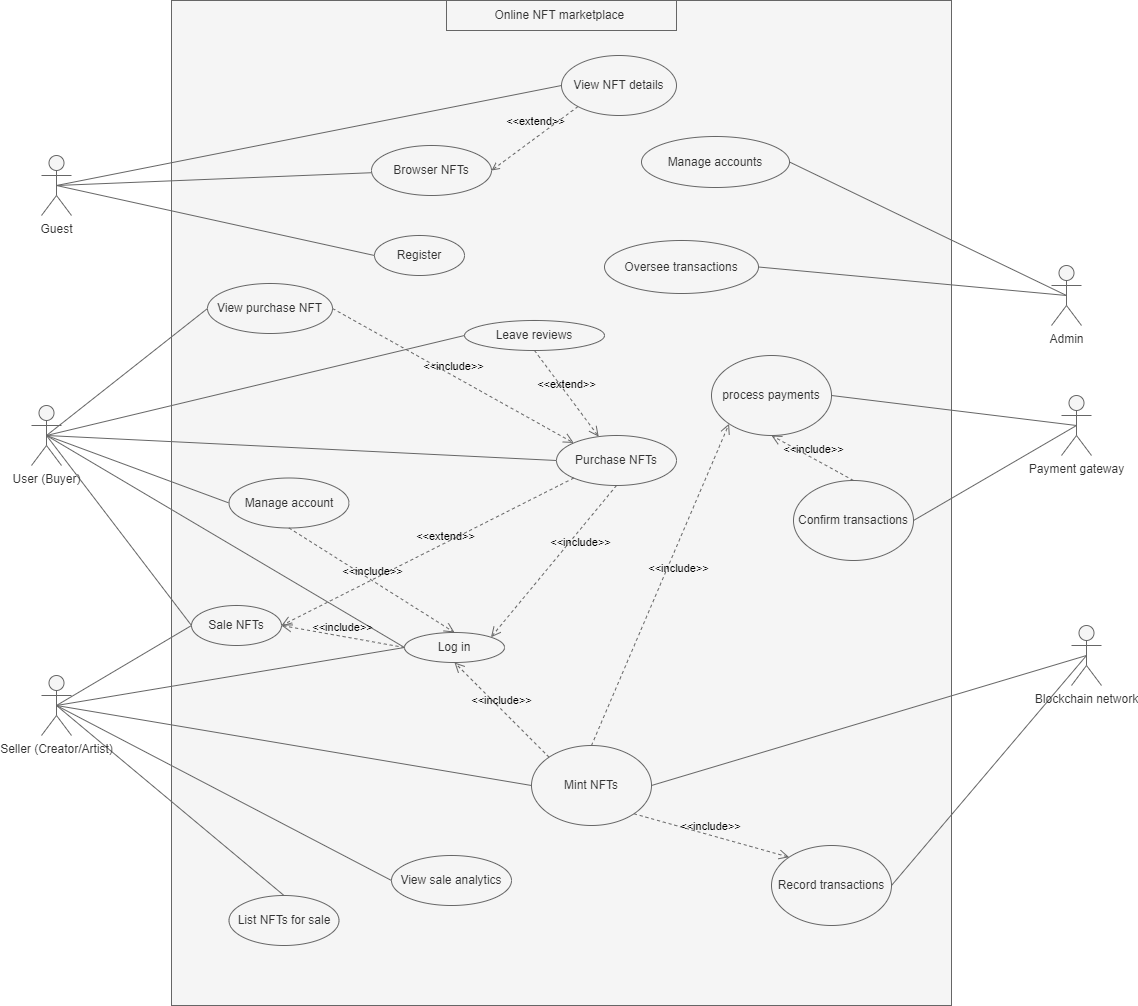
Earlier version of the draw.io export documents/use-case.png (twilight2368/nft-marketplace-2024). Source tidied: cells renumbered, new cells last; positions are measured from the earlier drawing's top-left corner, leaving out a move shared by most shapes.
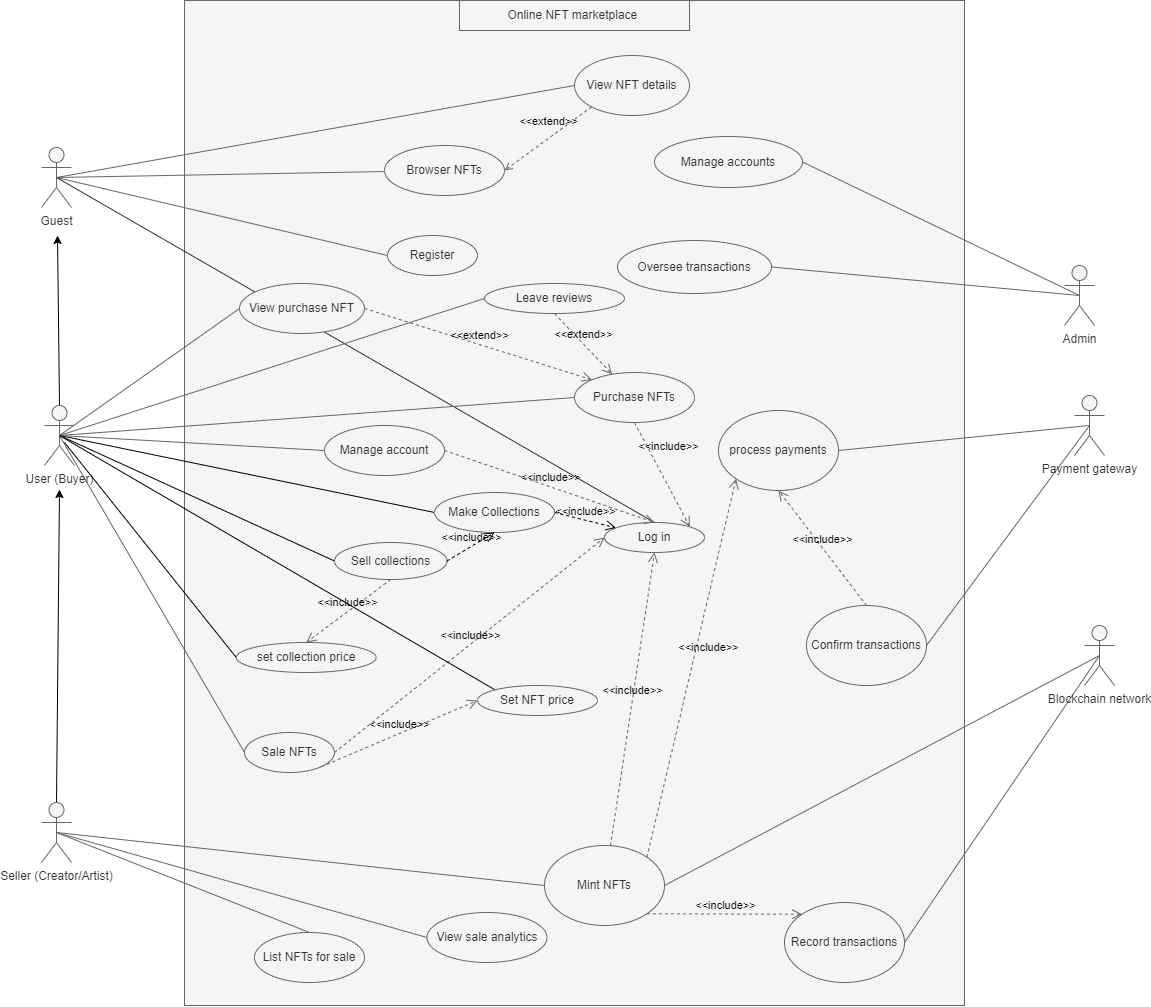
The same diagram one commit later.

The edit, as a diff of the source:
```diff
@@ -19,2 +19,13 @@
     </mxCell>
+    <mxCell id="58" style="edgeStyle=none;html=1;exitX=0.5;exitY=0;exitDx=0;exitDy=0;exitPerimeter=0;" parent="1" edge="1" source="7">
+      <mxGeometry relative="1" as="geometry">
+        <mxPoint x="13" y="235" as="targetPoint" />
+      </mxGeometry>
+    </mxCell>
+    <mxCell id="59" style="edgeStyle=none;html=1;exitX=0.5;exitY=0.5;exitDx=0;exitDy=0;exitPerimeter=0;entryX=0;entryY=0.5;entryDx=0;entryDy=0;endArrow=none;endFill=0;strokeColor=#000000;" parent="1" edge="1" source="7" target="63">
+      <mxGeometry relative="1" as="geometry" />
+    </mxCell>
+    <mxCell id="60" style="edgeStyle=none;html=1;exitX=0.5;exitY=0.5;exitDx=0;exitDy=0;exitPerimeter=0;entryX=0;entryY=0.5;entryDx=0;entryDy=0;strokeColor=#000000;startArrow=none;startFill=0;endArrow=none;endFill=0;" parent="1" edge="1" source="7" target="64">
+      <mxGeometry relative="1" as="geometry" />
+    </mxCell>
     <mxCell id="7" value="&lt;span style=&quot;font-size:11.0pt;mso-bidi-font-size:&lt;br/&gt;14.0pt;line-height:107%;font-family:&amp;quot;Times New Roman&amp;quot;,serif;mso-fareast-font-family:&lt;br/&gt;&amp;quot;Yu Mincho&amp;quot;;mso-fareast-theme-font:minor-fareast;mso-ansi-language:VI;&lt;br/&gt;mso-fareast-language:JA;mso-bidi-language:AR-SA&quot; lang=&quot;VI&quot;&gt;User (Buyer)&lt;/span&gt;" style="shape=umlActor;verticalLabelPosition=bottom;verticalAlign=top;html=1;strokeColor=#666666;fontColor=#333333;labelBackgroundColor=none;fillColor=#f5f5f5;" parent="1" vertex="1">
@@ -22,4 +33,7 @@
     </mxCell>
+    <mxCell id="61" style="edgeStyle=none;html=1;exitX=0.5;exitY=0.5;exitDx=0;exitDy=0;exitPerimeter=0;entryX=0.5;entryY=0;entryDx=0;entryDy=0;endArrow=none;endFill=0;opacity=80;" parent="1" edge="1" source="8" target="17">
+      <mxGeometry relative="1" as="geometry" />
+    </mxCell>
     <mxCell id="8" value="Guest" style="shape=umlActor;verticalLabelPosition=bottom;verticalAlign=top;html=1;strokeColor=#666666;fontColor=#333333;labelBackgroundColor=none;fillColor=#f5f5f5;" parent="1" vertex="1">
-      <mxGeometry x="10" y="155" width="30" height="60" as="geometry" />
+      <mxGeometry x="-3" y="147" width="30" height="60" as="geometry" />
     </mxCell>
@@ -34,10 +48,9 @@
     </mxCell>
-    <mxCell id="12" style="edgeStyle=none;html=1;exitX=0.5;exitY=0.5;exitDx=0;exitDy=0;exitPerimeter=0;entryX=0;entryY=0.5;entryDx=0;entryDy=0;endArrow=none;endFill=0;strokeColor=#666666;fontColor=#000000;labelBackgroundColor=none;fillColor=#f5f5f5;" parent="1" edge="1" source="14" target="17">
-      <mxGeometry relative="1" as="geometry" />
-    </mxCell>
-    <mxCell id="13" style="edgeStyle=none;html=1;exitX=0.5;exitY=0.5;exitDx=0;exitDy=0;exitPerimeter=0;entryX=0;entryY=0.5;entryDx=0;entryDy=0;endArrow=none;endFill=0;strokeColor=#666666;fontColor=#000000;labelBackgroundColor=none;fillColor=#f5f5f5;" parent="1" edge="1" source="14" target="55">
-      <mxGeometry relative="1" as="geometry" />
-    </mxCell>
+    <mxCell id="62" style="edgeStyle=none;html=1;exitX=0.5;exitY=0;exitDx=0;exitDy=0;exitPerimeter=0;" parent="1" edge="1" source="14">
+      <mxGeometry relative="1" as="geometry">
+        <mxPoint x="15" y="489" as="targetPoint" />
+      </mxGeometry>
+    </mxCell>
     <mxCell id="14" value="&lt;span style=&quot;font-size:11.0pt;mso-bidi-font-size:&lt;br/&gt;14.0pt;line-height:107%;font-family:&amp;quot;Times New Roman&amp;quot;,serif;mso-fareast-font-family:&lt;br/&gt;&amp;quot;Yu Mincho&amp;quot;;mso-fareast-theme-font:minor-fareast;mso-ansi-language:VI;&lt;br/&gt;mso-fareast-language:JA;mso-bidi-language:AR-SA&quot; lang=&quot;VI&quot;&gt;Seller (Creator/Artist)&lt;/span&gt;" style="shape=umlActor;verticalLabelPosition=bottom;verticalAlign=top;html=1;fillColor=#f5f5f5;strokeColor=#666666;fontColor=#333333;labelBackgroundColor=none;" parent="1" vertex="1">
-      <mxGeometry x="10" y="675" width="30" height="60" as="geometry" />
+      <mxGeometry x="-3" y="802" width="30" height="60" as="geometry" />
     </mxCell>
@@ -46,7 +59,4 @@
     </mxCell>
-    <mxCell id="16" style="edgeStyle=none;html=1;exitX=0;exitY=0.5;exitDx=0;exitDy=0;entryX=0.5;entryY=0.5;entryDx=0;entryDy=0;entryPerimeter=0;endArrow=none;endFill=0;strokeColor=#666666;fontColor=#000000;labelBackgroundColor=none;fillColor=#f5f5f5;" parent="1" edge="1" source="17" target="7">
-      <mxGeometry relative="1" as="geometry" />
-    </mxCell>
     <mxCell id="17" value="Log in" style="ellipse;whiteSpace=wrap;html=1;strokeColor=#666666;fontColor=#333333;labelBackgroundColor=none;fillColor=#f5f5f5;" parent="1" vertex="1">
-      <mxGeometry x="373" y="632" width="100" height="30" as="geometry" />
+      <mxGeometry x="560" y="522" width="100" height="30" as="geometry" />
     </mxCell>
@@ -73,6 +83,6 @@
     <mxCell id="24" value="Purchase NFTs" style="ellipse;whiteSpace=wrap;html=1;strokeColor=#666666;fontColor=#333333;labelBackgroundColor=none;fillColor=#f5f5f5;" parent="1" vertex="1">
-      <mxGeometry x="525" y="435" width="120" height="50" as="geometry" />
+      <mxGeometry x="530" y="372" width="120" height="50" as="geometry" />
     </mxCell>
     <mxCell id="25" value="View purchase NFT" style="ellipse;whiteSpace=wrap;html=1;strokeColor=#666666;fontColor=#333333;labelBackgroundColor=none;fillColor=#f5f5f5;" parent="1" vertex="1">
-      <mxGeometry x="176" y="283" width="125" height="50" as="geometry" />
+      <mxGeometry x="195" y="283" width="125" height="50" as="geometry" />
     </mxCell>
@@ -82,3 +92,3 @@
     <mxCell id="27" value="Leave reviews" style="ellipse;whiteSpace=wrap;html=1;strokeColor=#666666;fontColor=#333333;labelBackgroundColor=none;fillColor=#f5f5f5;" parent="1" vertex="1">
-      <mxGeometry x="433" y="320" width="140" height="30" as="geometry" />
+      <mxGeometry x="440" y="283" width="140" height="30" as="geometry" />
     </mxCell>
@@ -88,6 +98,6 @@
     <mxCell id="29" value="Mint NFTs" style="ellipse;whiteSpace=wrap;html=1;strokeColor=#666666;fontColor=#333333;labelBackgroundColor=none;fillColor=#f5f5f5;" parent="1" vertex="1">
-      <mxGeometry x="500" y="745" width="120" height="80" as="geometry" />
+      <mxGeometry x="500" y="845" width="120" height="80" as="geometry" />
     </mxCell>
     <mxCell id="30" value="List NFTs for sale" style="ellipse;whiteSpace=wrap;html=1;strokeColor=#666666;fontColor=#333333;labelBackgroundColor=none;fillColor=#f5f5f5;" parent="1" vertex="1">
-      <mxGeometry x="197.5" y="895" width="110" height="50" as="geometry" />
+      <mxGeometry x="210" y="932" width="110" height="50" as="geometry" />
     </mxCell>
@@ -97,6 +107,6 @@
     <mxCell id="32" value="Manage account" style="ellipse;whiteSpace=wrap;html=1;strokeColor=#666666;fontColor=#333333;labelBackgroundColor=none;fillColor=#f5f5f5;" parent="1" vertex="1">
-      <mxGeometry x="197.5" y="477.5" width="120" height="50" as="geometry" />
+      <mxGeometry x="280" y="425" width="120" height="50" as="geometry" />
     </mxCell>
     <mxCell id="33" value="View sale analytics" style="ellipse;whiteSpace=wrap;html=1;strokeColor=#666666;fontColor=#333333;labelBackgroundColor=none;fillColor=#f5f5f5;" parent="1" vertex="1">
-      <mxGeometry x="360" y="855" width="120" height="50" as="geometry" />
+      <mxGeometry x="382.5" y="912" width="120" height="50" as="geometry" />
     </mxCell>
@@ -118,3 +128,3 @@
     <mxCell id="39" value="Record transactions" style="ellipse;whiteSpace=wrap;html=1;strokeColor=#666666;fontColor=#333333;labelBackgroundColor=none;fillColor=#f5f5f5;" parent="1" vertex="1">
-      <mxGeometry x="740" y="845" width="120" height="80" as="geometry" />
+      <mxGeometry x="740" y="902" width="120" height="80" as="geometry" />
     </mxCell>
@@ -133,6 +143,6 @@
     <mxCell id="44" value="process payments" style="ellipse;whiteSpace=wrap;html=1;strokeColor=#666666;fontColor=#333333;labelBackgroundColor=none;fillColor=#f5f5f5;" parent="1" vertex="1">
-      <mxGeometry x="680" y="355" width="120" height="80" as="geometry" />
+      <mxGeometry x="674" y="410" width="120" height="80" as="geometry" />
     </mxCell>
     <mxCell id="45" value="Confirm transactions" style="ellipse;whiteSpace=wrap;html=1;strokeColor=#666666;fontColor=#333333;labelBackgroundColor=none;fillColor=#f5f5f5;" parent="1" vertex="1">
-      <mxGeometry x="762" y="480" width="120" height="80" as="geometry" />
+      <mxGeometry x="762" y="605" width="120" height="80" as="geometry" />
     </mxCell>
@@ -146,3 +156,3 @@
     </mxCell>
-    <mxCell id="48" value="&amp;lt;&amp;lt;include&amp;gt;&amp;gt;" style="endArrow=open;startArrow=none;endFill=0;startFill=0;endSize=8;html=1;verticalAlign=bottom;dashed=1;labelBackgroundColor=none;exitX=0.5;exitY=0;exitDx=0;exitDy=0;entryX=0;entryY=1;entryDx=0;entryDy=0;strokeColor=#666666;fontColor=#000000;fillColor=#f5f5f5;" parent="1" edge="1" source="29" target="44">
+    <mxCell id="48" value="&amp;lt;&amp;lt;include&amp;gt;&amp;gt;" style="endArrow=open;startArrow=none;endFill=0;startFill=0;endSize=8;html=1;verticalAlign=bottom;dashed=1;labelBackgroundColor=none;exitX=1;exitY=0;exitDx=0;exitDy=0;entryX=0;entryY=1;entryDx=0;entryDy=0;strokeColor=#666666;fontColor=#000000;fillColor=#f5f5f5;" parent="1" edge="1" source="29" target="44">
       <mxGeometry x="0.08" y="-14" relative="1" as="geometry" />
@@ -152,3 +162,3 @@
     </mxCell>
-    <mxCell id="50" value="&amp;lt;&amp;lt;include&amp;gt;&amp;gt;" style="endArrow=open;startArrow=none;endFill=0;startFill=0;endSize=8;html=1;verticalAlign=bottom;dashed=1;labelBackgroundColor=none;exitX=1;exitY=0.5;exitDx=0;exitDy=0;entryX=0;entryY=0;entryDx=0;entryDy=0;strokeColor=#666666;fontColor=#000000;fillColor=#f5f5f5;" parent="1" edge="1" source="25" target="24">
+    <mxCell id="50" value="&amp;lt;&amp;lt;extend&amp;gt;&amp;gt;" style="endArrow=open;startArrow=none;endFill=0;startFill=0;endSize=8;html=1;verticalAlign=bottom;dashed=1;labelBackgroundColor=none;exitX=1;exitY=0.5;exitDx=0;exitDy=0;entryX=0;entryY=0;entryDx=0;entryDy=0;strokeColor=#666666;fontColor=#000000;fillColor=#f5f5f5;" parent="1" edge="1" source="25" target="24">
       <mxGeometry relative="1" as="geometry" />
@@ -158,3 +168,3 @@
     </mxCell>
-    <mxCell id="52" value="&amp;lt;&amp;lt;include&amp;gt;&amp;gt;" style="endArrow=open;startArrow=none;endFill=0;startFill=0;endSize=8;html=1;verticalAlign=bottom;dashed=1;labelBackgroundColor=none;exitX=0.5;exitY=1;exitDx=0;exitDy=0;entryX=0.5;entryY=0;entryDx=0;entryDy=0;strokeColor=#666666;fontColor=#000000;fillColor=#f5f5f5;" parent="1" edge="1" source="32" target="17">
+    <mxCell id="52" value="&amp;lt;&amp;lt;include&amp;gt;&amp;gt;" style="endArrow=open;startArrow=none;endFill=0;startFill=0;endSize=8;html=1;verticalAlign=bottom;dashed=1;labelBackgroundColor=none;exitX=1;exitY=0.5;exitDx=0;exitDy=0;entryX=0.5;entryY=0;entryDx=0;entryDy=0;strokeColor=#666666;fontColor=#000000;fillColor=#f5f5f5;" parent="1" edge="1" source="32" target="17">
       <mxGeometry relative="1" as="geometry" />
@@ -164,3 +174,3 @@
     </mxCell>
-    <mxCell id="54" value="&amp;lt;&amp;lt;include&amp;gt;&amp;gt;" style="endArrow=open;startArrow=none;endFill=0;startFill=0;endSize=8;html=1;verticalAlign=bottom;dashed=1;labelBackgroundColor=none;exitX=0;exitY=0;exitDx=0;exitDy=0;entryX=0.5;entryY=1;entryDx=0;entryDy=0;strokeColor=#666666;fontColor=#000000;fillColor=#f5f5f5;" parent="1" edge="1" source="29" target="17">
+    <mxCell id="54" value="&amp;lt;&amp;lt;include&amp;gt;&amp;gt;" style="endArrow=open;startArrow=none;endFill=0;startFill=0;endSize=8;html=1;verticalAlign=bottom;dashed=1;labelBackgroundColor=none;entryX=0.5;entryY=1;entryDx=0;entryDy=0;strokeColor=#666666;fontColor=#000000;fillColor=#f5f5f5;" parent="1" edge="1" source="29" target="17">
       <mxGeometry relative="1" as="geometry" />
@@ -168,10 +178,39 @@
     <mxCell id="55" value="Sale NFTs" style="ellipse;whiteSpace=wrap;html=1;strokeColor=#666666;fontColor=#333333;labelBackgroundColor=none;fillColor=#f5f5f5;" parent="1" vertex="1">
-      <mxGeometry x="160" y="605" width="90" height="40" as="geometry" />
+      <mxGeometry x="200" y="732" width="90" height="40" as="geometry" />
     </mxCell>
-    <mxCell id="56" value="&amp;lt;&amp;lt;include&amp;gt;&amp;gt;" style="endArrow=open;startArrow=none;endFill=0;startFill=0;endSize=8;html=1;verticalAlign=bottom;dashed=1;labelBackgroundColor=none;exitX=0;exitY=0.5;exitDx=0;exitDy=0;entryX=1;entryY=0.5;entryDx=0;entryDy=0;strokeColor=#666666;fontColor=#000000;fillColor=#f5f5f5;" parent="1" edge="1" source="17" target="55">
+    <mxCell id="56" value="&amp;lt;&amp;lt;include&amp;gt;&amp;gt;" style="endArrow=open;startArrow=none;endFill=0;startFill=0;endSize=8;html=1;verticalAlign=bottom;dashed=1;labelBackgroundColor=none;exitX=1;exitY=0.5;exitDx=0;exitDy=0;entryX=0;entryY=0.5;entryDx=0;entryDy=0;strokeColor=#666666;fontColor=#000000;fillColor=#f5f5f5;" parent="1" edge="1" source="55" target="17">
       <mxGeometry relative="1" as="geometry" />
     </mxCell>
-    <mxCell id="57" value="&amp;lt;&amp;lt;extend&amp;gt;&amp;gt;" style="endArrow=open;startArrow=none;endFill=0;startFill=0;endSize=8;html=1;verticalAlign=bottom;dashed=1;labelBackgroundColor=none;exitX=0;exitY=1;exitDx=0;exitDy=0;entryX=1;entryY=0.5;entryDx=0;entryDy=0;strokeColor=#666666;fontColor=#000000;fillColor=#f5f5f5;" parent="1" edge="1" source="24" target="55">
-      <mxGeometry x="-0.11" y="3" relative="1" as="geometry" />
-    </mxCell>
+    <mxCell id="63" value="Make Collections" style="ellipse;whiteSpace=wrap;html=1;fillColor=#f5f5f5;fontColor=#333333;strokeColor=#666666;" parent="1" vertex="1">
+      <mxGeometry x="390" y="492" width="120" height="40" as="geometry" />
+    </mxCell>
+    <mxCell id="64" value="Sell collections" style="ellipse;whiteSpace=wrap;html=1;labelBackgroundColor=none;fillColor=#f5f5f5;fontColor=#333333;strokeColor=#666666;" parent="1" vertex="1">
+      <mxGeometry x="290" y="542" width="112.5" height="37" as="geometry" />
+    </mxCell>
+    <mxCell id="65" value="&amp;lt;&amp;lt;include&amp;gt;&amp;gt;" style="endArrow=open;startArrow=none;endFill=0;startFill=0;endSize=8;html=1;verticalAlign=bottom;dashed=1;labelBackgroundColor=none;strokeColor=#000000;exitX=1;exitY=0.5;exitDx=0;exitDy=0;entryX=0.5;entryY=1;entryDx=0;entryDy=0;" parent="1" edge="1" source="64" target="63">
+      <mxGeometry relative="1" as="geometry" />
+    </mxCell>
+    <mxCell id="66" value="&amp;lt;&amp;lt;include&amp;gt;&amp;gt;" style="endArrow=open;startArrow=none;endFill=0;startFill=0;endSize=8;html=1;verticalAlign=bottom;dashed=1;labelBackgroundColor=none;strokeColor=#000000;exitX=1;exitY=0.5;exitDx=0;exitDy=0;" parent="1" edge="1" source="63" target="17">
+      <mxGeometry relative="1" as="geometry" />
+    </mxCell>
+    <mxCell id="67" style="edgeStyle=none;html=1;exitX=0;exitY=0;exitDx=0;exitDy=0;entryX=0.5;entryY=0.5;entryDx=0;entryDy=0;entryPerimeter=0;strokeColor=#000000;startArrow=none;startFill=0;endArrow=none;endFill=0;strokeWidth=1;" parent="1" edge="1" source="68" target="7">
+      <mxGeometry relative="1" as="geometry" />
+    </mxCell>
+    <mxCell id="68" value="Set NFT price" style="ellipse;whiteSpace=wrap;html=1;labelBackgroundColor=none;fillColor=#f5f5f5;fontColor=#333333;strokeColor=#666666;" parent="1" vertex="1">
+      <mxGeometry x="433" y="685" width="120" height="30" as="geometry" />
+    </mxCell>
+    <mxCell id="69" style="edgeStyle=none;html=1;exitX=0;exitY=0.5;exitDx=0;exitDy=0;strokeColor=#000000;strokeWidth=1;startArrow=none;startFill=0;endArrow=none;endFill=0;" parent="1" edge="1" source="70">
+      <mxGeometry relative="1" as="geometry">
+        <mxPoint x="20" y="442" as="targetPoint" />
+      </mxGeometry>
+    </mxCell>
+    <mxCell id="70" value="set collection price" style="ellipse;whiteSpace=wrap;html=1;labelBackgroundColor=none;fillColor=#f5f5f5;fontColor=#333333;strokeColor=#666666;" parent="1" vertex="1">
+      <mxGeometry x="191.8" y="642" width="140" height="30" as="geometry" />
+    </mxCell>
+    <mxCell id="71" value="&amp;lt;&amp;lt;include&amp;gt;&amp;gt;" style="endArrow=open;startArrow=none;endFill=0;startFill=0;endSize=8;html=1;verticalAlign=bottom;dashed=1;labelBackgroundColor=none;exitX=1;exitY=1;exitDx=0;exitDy=0;entryX=0;entryY=0.5;entryDx=0;entryDy=0;strokeColor=#666666;fontColor=#000000;fillColor=#f5f5f5;" parent="1" edge="1" source="55" target="68">
+      <mxGeometry relative="1" as="geometry" />
+    </mxCell>
+    <mxCell id="72" value="&amp;lt;&amp;lt;include&amp;gt;&amp;gt;" style="endArrow=open;startArrow=none;endFill=0;startFill=0;endSize=8;html=1;verticalAlign=bottom;dashed=1;labelBackgroundColor=none;exitX=0.5;exitY=1;exitDx=0;exitDy=0;entryX=0.5;entryY=0;entryDx=0;entryDy=0;strokeColor=#666666;fontColor=#000000;fillColor=#f5f5f5;" parent="1" edge="1" source="64" target="70">
+      <mxGeometry relative="1" as="geometry" />
+    </mxCell>
   </root>
```
